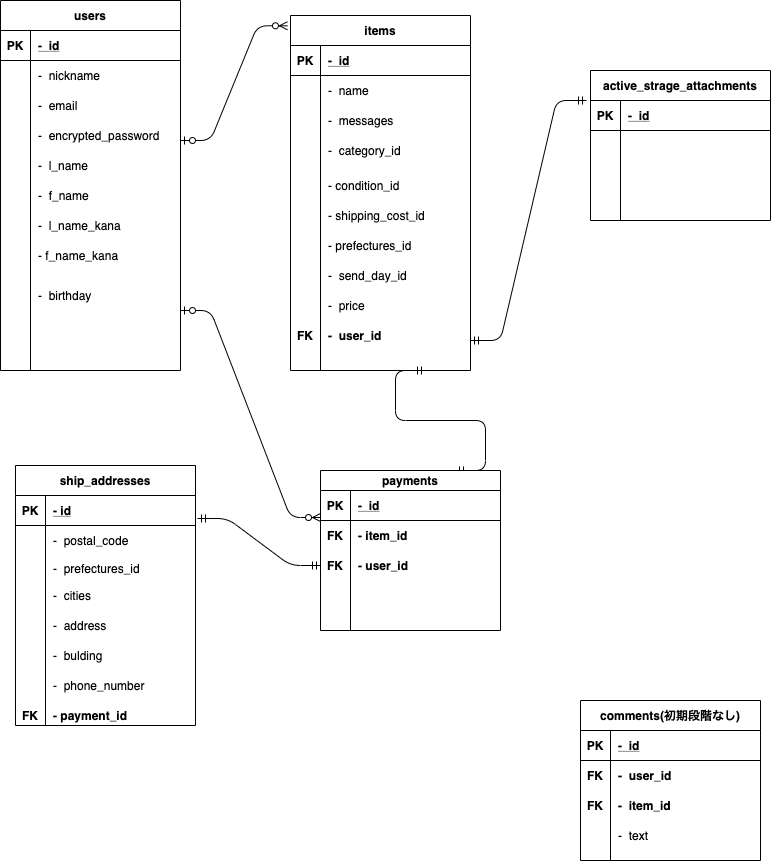
The draw.io diagram furima.app.png in AkikoShinohara/furima_28752, before a commit. Source tidied: cells renumbered, new cells last; positions are measured from the earlier drawing's top-left corner, leaving out a move shared by most shapes.
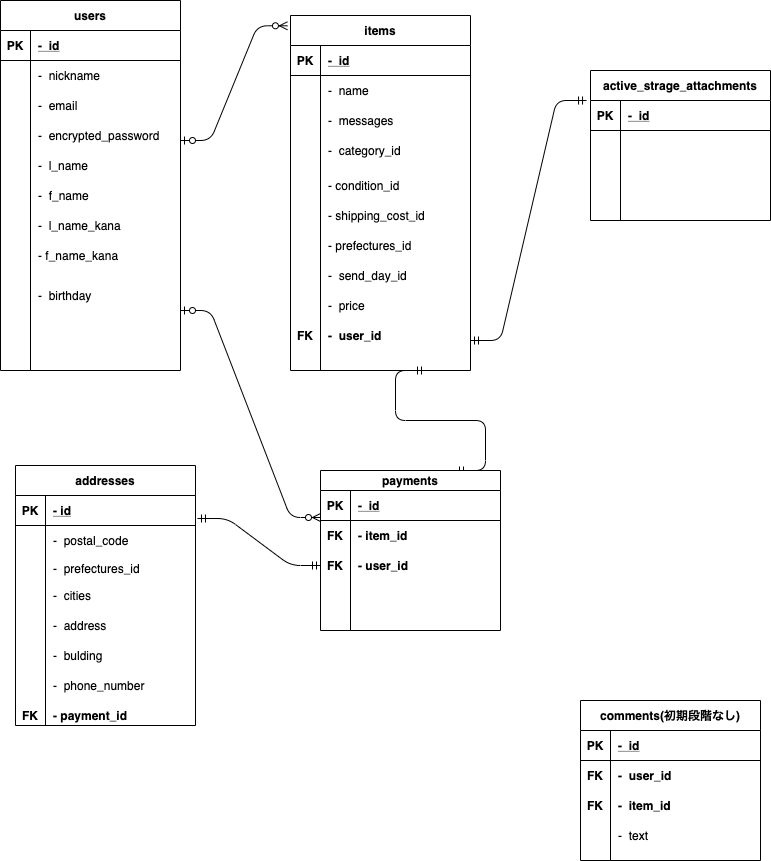
Later version of the same file.

Commit message:
テーブルの名前変更

What changed in the source:
```diff
@@ -267,7 +267,7 @@
     <mxCell id="88" value="FK" style="shape=partialRectangle;fillColor=none;top=0;left=0;bottom=0;right=0;overflow=hidden;fontStyle=1;" parent="1" vertex="1">
       <mxGeometry x="15" y="700" width="30" height="30" as="geometry" />
     </mxCell>
-    <mxCell id="89" value="ship_addresses" style="shape=table;startSize=30;rowLines=0;fontStyle=1;align=center;" parent="1" vertex="1">
+    <mxCell id="89" value="addresses" style="shape=table;startSize=30;rowLines=0;fontStyle=1;align=center;" parent="1" vertex="1">
       <mxGeometry x="15" y="465" width="180" height="260" as="geometry" />
     </mxCell>
     <mxCell id="90" style="shape=partialRectangle;fillColor=none;top=0;left=0;bottom=1;right=0;points=[[0,0.5],[1,0.5]];portConstraint=eastwest;" parent="89" vertex="1">
```
